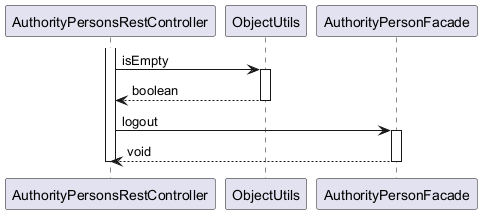
Earlier version of the PlantUML export ingress/documentation/html/images/Organization.AuthorityPerson.logout.puml.png.png (OlegSopilnyak/school-demo). Its diagram source:
```plantuml
@startuml

participant AuthorityPersonsRestController
participant ObjectUtils
participant AuthorityPersonFacade

activate AuthorityPersonsRestController
	AuthorityPersonsRestController -> ObjectUtils : isEmpty
	activate ObjectUtils
		ObjectUtils --> AuthorityPersonsRestController : boolean
	deactivate ObjectUtils
	AuthorityPersonsRestController -> AuthorityPersonFacade : logout
	activate AuthorityPersonFacade
		AuthorityPersonFacade --> AuthorityPersonsRestController : void
	deactivate AuthorityPersonFacade
deactivate AuthorityPersonsRestController

@enduml
```
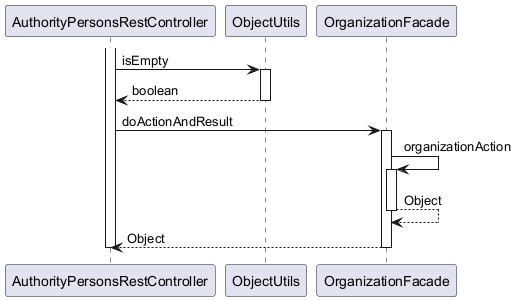
After the commit.

What changed in the source:
```diff
@@ -2,17 +2,21 @@
 
 participant AuthorityPersonsRestController
 participant ObjectUtils
-participant AuthorityPersonFacade
+participant OrganizationFacade
 
 activate AuthorityPersonsRestController
 	AuthorityPersonsRestController -> ObjectUtils : isEmpty
 	activate ObjectUtils
 		ObjectUtils --> AuthorityPersonsRestController : boolean
 	deactivate ObjectUtils
-	AuthorityPersonsRestController -> AuthorityPersonFacade : logout
-	activate AuthorityPersonFacade
-		AuthorityPersonFacade --> AuthorityPersonsRestController : void
-	deactivate AuthorityPersonFacade
+	AuthorityPersonsRestController -> OrganizationFacade : doActionAndResult
+	activate OrganizationFacade
+		OrganizationFacade -> OrganizationFacade : organizationAction
+		activate OrganizationFacade
+			OrganizationFacade --> OrganizationFacade : Object
+		deactivate OrganizationFacade
+		OrganizationFacade --> AuthorityPersonsRestController : Object
+	deactivate OrganizationFacade
 deactivate AuthorityPersonsRestController
 
 @enduml
```
